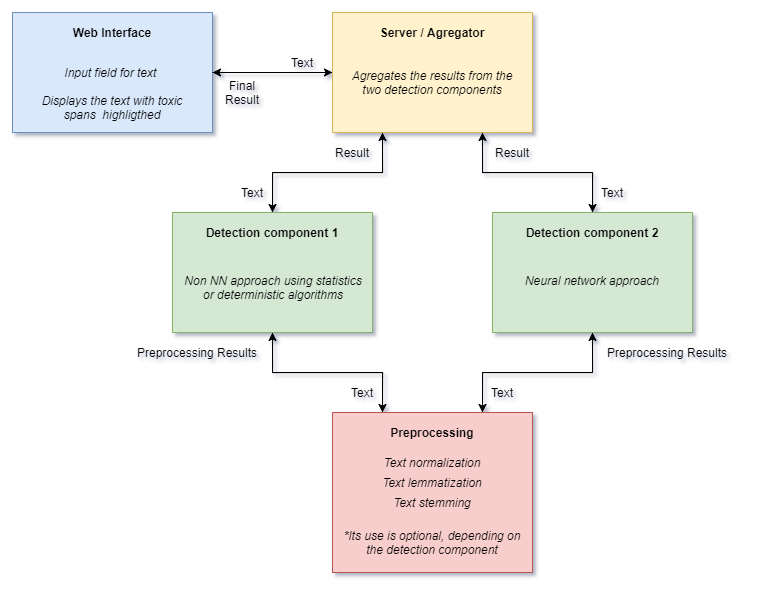
Earlier version of the draw.io export Doc/requirements_analysis.png (dinosaph/toxic-spans-detection). Source tidied: cells renumbered, new cells last; positions are measured from the earlier drawing's top-left corner, leaving out a move shared by most shapes.
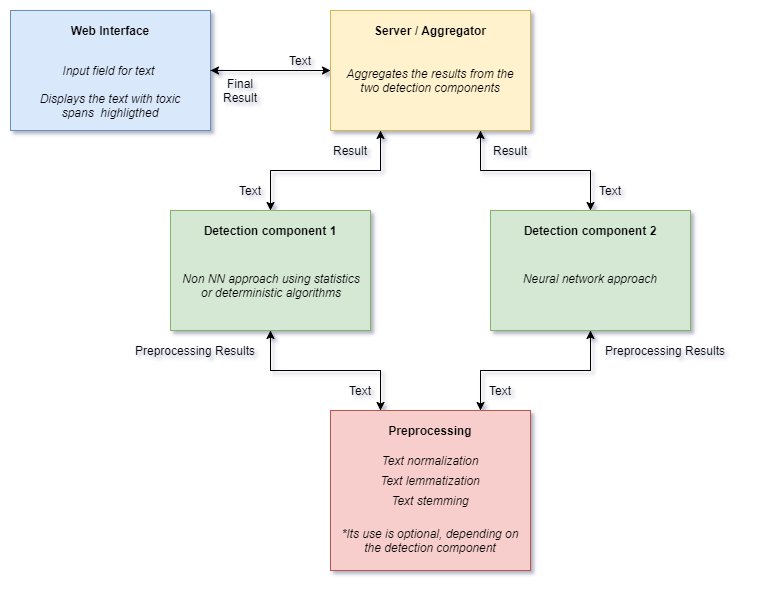
The same diagram one commit later.

Diff of the diagram source:
```diff
@@ -33,7 +33,7 @@
     <mxCell id="10" style="rounded=0;whiteSpace=wrap;html=1;fillColor=#fff2cc;strokeColor=#d6b656;" parent="1" vertex="1">
       <mxGeometry x="320" width="200" height="120" as="geometry" />
     </mxCell>
-    <mxCell id="11" value="&lt;b&gt;Server / Agregator&lt;br&gt;&lt;/b&gt;" style="text;html=1;strokeColor=none;fillColor=none;align=center;verticalAlign=middle;whiteSpace=wrap;rounded=0;" parent="1" vertex="1">
+    <mxCell id="11" value="&lt;b&gt;Server / Aggregator&lt;br&gt;&lt;/b&gt;" style="text;html=1;strokeColor=none;fillColor=none;align=center;verticalAlign=middle;whiteSpace=wrap;rounded=0;" parent="1" vertex="1">
       <mxGeometry x="330" y="10" width="180" height="20" as="geometry" />
     </mxCell>
     <mxCell id="12" value="&lt;div&gt;Text&lt;/div&gt;" style="text;html=1;strokeColor=none;fillColor=none;align=center;verticalAlign=middle;whiteSpace=wrap;rounded=0;" parent="1" vertex="1">
@@ -60,7 +60,7 @@
     <mxCell id="19" style="rounded=0;whiteSpace=wrap;html=1;fillColor=#d5e8d4;strokeColor=#82b366;" parent="1" vertex="1">
       <mxGeometry x="480" y="200" width="200" height="120" as="geometry" />
     </mxCell>
-    <mxCell id="20" value="&lt;i&gt;Agregates the results from the two detection components&lt;br&gt;&lt;/i&gt;" style="text;html=1;strokeColor=none;fillColor=none;align=center;verticalAlign=middle;whiteSpace=wrap;rounded=0;" parent="1" vertex="1">
+    <mxCell id="20" value="&lt;i&gt;Aggregates the results from the two detection components&lt;br&gt;&lt;/i&gt;" style="text;html=1;strokeColor=none;fillColor=none;align=center;verticalAlign=middle;whiteSpace=wrap;rounded=0;" parent="1" vertex="1">
       <mxGeometry x="330" y="60" width="180" height="20" as="geometry" />
     </mxCell>
     <mxCell id="21" value="&lt;b&gt;Detection component 2&lt;/b&gt;" style="text;html=1;strokeColor=none;fillColor=none;align=center;verticalAlign=middle;whiteSpace=wrap;rounded=0;" parent="1" vertex="1">
```
